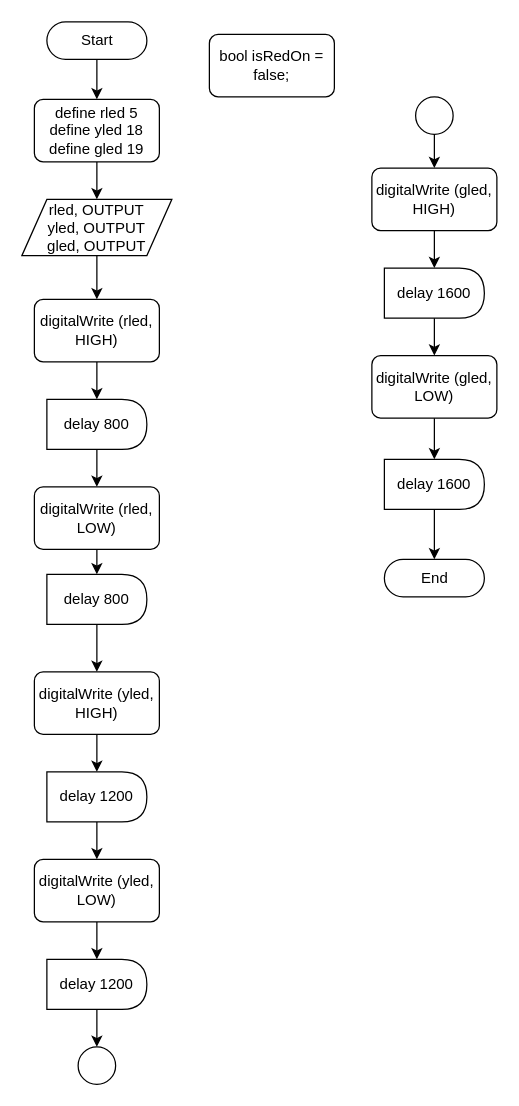
The draw.io diagram ESP32 for Traffic Light scheme.drawio in troders34/troders34, before the edit. Source tidied: cells renumbered, new cells numbered last; positions are measured from the earlier drawing's top-left corner, leaving out a move shared by most shapes. Both pictures are drawn from the tidied source at 125%, with x=0, y=0 at pixel (21, 21).
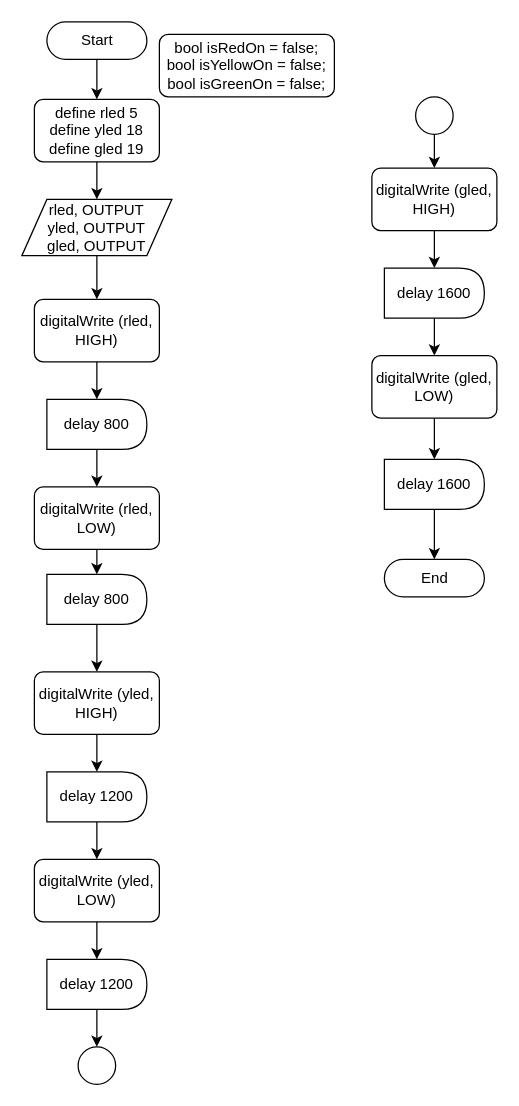
The same page after the edit.

Diff of the diagram source:
```diff
@@
-    <mxCell id="36" value="bool isRedOn = false;" style="rounded=1;whiteSpace=wrap;html=1;absoluteArcSize=1;arcSize=14;strokeWidth=1;" parent="1" vertex="1">
-      <mxGeometry x="150" y="10" width="100" height="50" as="geometry" />
+    <mxCell id="36" value="bool isRedOn = false;&lt;br&gt;bool isYellowOn = false;&lt;br&gt;bool isGreenOn = false;" style="rounded=1;whiteSpace=wrap;html=1;absoluteArcSize=1;arcSize=14;strokeWidth=1;" parent="1" vertex="1">
+      <mxGeometry x="110" y="10" width="140" height="50" as="geometry" />
     </mxCell>
```
